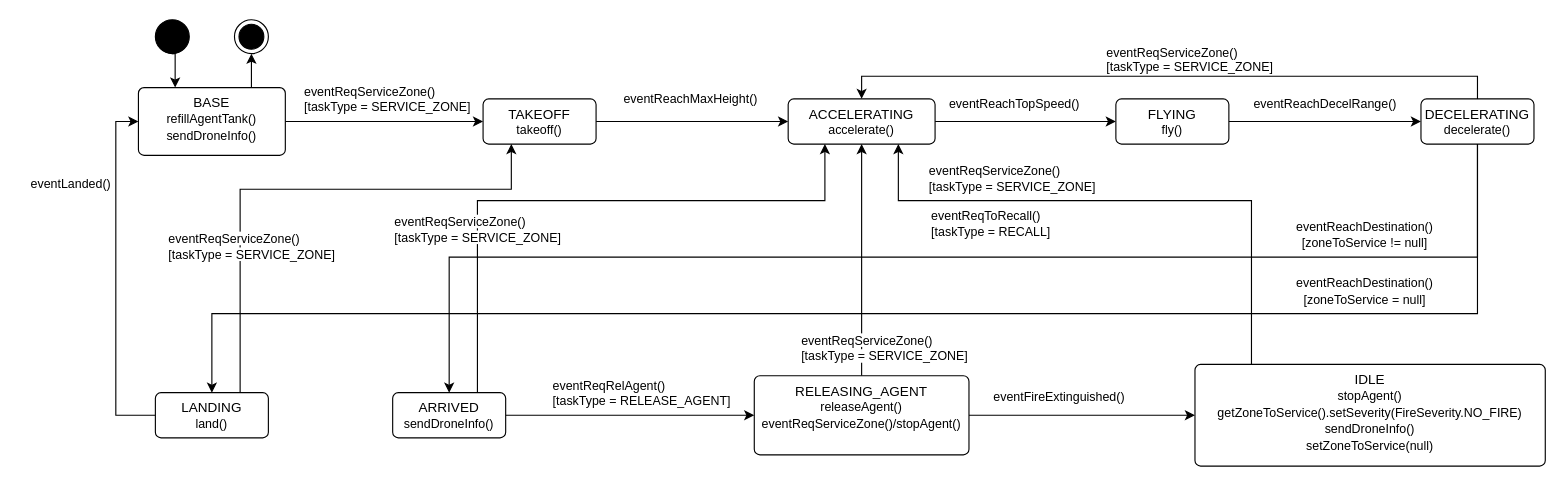
The draw.io diagram docs/UML_State_Diagram_Drone.drawio in hubertdang/fire-drone-swarm, before the edit. Source tidied: cells renumbered, new cells numbered last; positions are measured from the earlier drawing's top-left corner, leaving out a move shared by most shapes. Both pictures are drawn from the tidied source at 113%, with x=0, y=0 at pixel (19, 19).
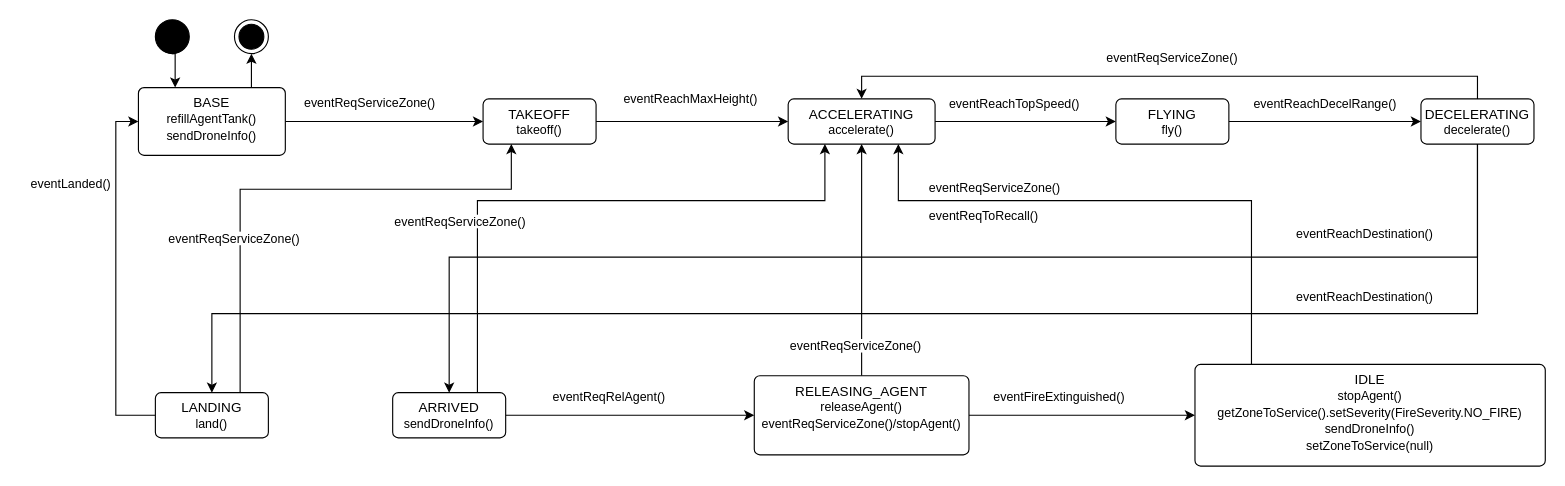
Above is the later version.

The edit, as a diff of the source:
```diff
@@
-    <mxCell id="28" value="&lt;span style=&quot;color: rgb(0, 0, 0); font-family: Helvetica; font-size: 11px; font-style: normal; font-variant-ligatures: normal; font-variant-caps: normal; font-weight: 400; letter-spacing: normal; orphans: 2; text-align: center; text-indent: 0px; text-transform: none; widows: 2; word-spacing: 0px; -webkit-text-stroke-width: 0px; white-space: nowrap; background-color: rgb(255, 255, 255); text-decoration-thickness: initial; text-decoration-style: initial; text-decoration-color: initial; display: inline !important; float: none;&quot;&gt;eventReqServiceZone()&amp;nbsp;&lt;/span&gt;&lt;div style=&quot;forced-color-adjust: none; color: rgb(0, 0, 0); font-family: Helvetica; font-size: 11px; font-style: normal; font-variant-ligatures: normal; font-variant-caps: normal; font-weight: 400; letter-spacing: normal; orphans: 2; text-align: center; text-indent: 0px; text-transform: none; widows: 2; word-spacing: 0px; -webkit-text-stroke-width: 0px; white-space: nowrap; text-decoration-thickness: initial; text-decoration-style: initial; text-decoration-color: initial;&quot;&gt;[taskType = SERVICE_ZONE]&lt;/div&gt;" style="text;whiteSpace=wrap;html=1;" parent="1" vertex="1">
-      <mxGeometry x="250" y="50" width="150" height="40" as="geometry" />
+    <mxCell id="28" value="&lt;span style=&quot;color: rgb(0, 0, 0); font-family: Helvetica; font-size: 11px; font-style: normal; font-variant-ligatures: normal; font-variant-caps: normal; font-weight: 400; letter-spacing: normal; orphans: 2; text-align: center; text-indent: 0px; text-transform: none; widows: 2; word-spacing: 0px; -webkit-text-stroke-width: 0px; white-space: nowrap; background-color: rgb(255, 255, 255); text-decoration-thickness: initial; text-decoration-style: initial; text-decoration-color: initial; float: none; display: inline !important;&quot;&gt;eventReqServiceZone()&amp;nbsp;&lt;/span&gt;" style="text;whiteSpace=wrap;html=1;" parent="1" vertex="1">
+      <mxGeometry x="250" y="60" width="150" height="30" as="geometry" />
     </mxCell>
@@
-    <mxCell id="32" value="&lt;font style=&quot;font-size: 11px;&quot;&gt;eventReachDestination()&lt;/font&gt;&lt;div&gt;&lt;font style=&quot;font-size: 11px;&quot;&gt;[zoneToService = null]&lt;/font&gt;&lt;/div&gt;" style="text;html=1;align=center;verticalAlign=middle;strokeColor=none;fillColor=none;" parent="1" vertex="1">
-      <mxGeometry x="1120" y="220" width="140" height="40" as="geometry" />
+    <mxCell id="32" value="&lt;font style=&quot;font-size: 11px;&quot;&gt;eventReachDestination()&lt;/font&gt;" style="text;html=1;align=center;verticalAlign=middle;strokeColor=none;fillColor=none;" parent="1" vertex="1">
+      <mxGeometry x="1120" y="230" width="140" height="30" as="geometry" />
     </mxCell>
@@
-    <mxCell id="35" value="&lt;font style=&quot;font-size: 11px;&quot;&gt;eventReachDestination()&lt;/font&gt;&lt;div&gt;&lt;font style=&quot;font-size: 11px;&quot;&gt;[zoneToService != null]&lt;/font&gt;&lt;/div&gt;" style="text;html=1;align=center;verticalAlign=middle;strokeColor=none;fillColor=none;" parent="1" vertex="1">
-      <mxGeometry x="1120" y="170" width="140" height="40" as="geometry" />
+    <mxCell id="35" value="&lt;font style=&quot;font-size: 11px;&quot;&gt;eventReachDestination()&lt;/font&gt;" style="text;html=1;align=center;verticalAlign=middle;strokeColor=none;fillColor=none;" parent="1" vertex="1">
+      <mxGeometry x="1120" y="175" width="140" height="30" as="geometry" />
     </mxCell>
-    <mxCell id="36" value="&lt;span style=&quot;color: rgb(0, 0, 0); font-family: Helvetica; font-size: 11px; font-style: normal; font-variant-ligatures: normal; font-variant-caps: normal; font-weight: 400; letter-spacing: normal; orphans: 2; text-align: center; text-indent: 0px; text-transform: none; widows: 2; word-spacing: 0px; -webkit-text-stroke-width: 0px; white-space: nowrap; background-color: rgb(255, 255, 255); text-decoration-thickness: initial; text-decoration-style: initial; text-decoration-color: initial; float: none; display: inline !important;&quot;&gt;eventReqRelAgent()&amp;nbsp;&lt;/span&gt;&lt;div style=&quot;forced-color-adjust: none; color: rgb(0, 0, 0); font-family: Helvetica; font-size: 11px; font-style: normal; font-variant-ligatures: normal; font-variant-caps: normal; font-weight: 400; letter-spacing: normal; orphans: 2; text-align: center; text-indent: 0px; text-transform: none; widows: 2; word-spacing: 0px; -webkit-text-stroke-width: 0px; white-space: nowrap; text-decoration-thickness: initial; text-decoration-style: initial; text-decoration-color: initial;&quot;&gt;[taskType = RELEASE_AGENT]&lt;/div&gt;" style="text;whiteSpace=wrap;html=1;" parent="1" vertex="1">
-      <mxGeometry x="470" y="310" width="150" height="40" as="geometry" />
+    <mxCell id="36" value="&lt;span style=&quot;color: rgb(0, 0, 0); font-family: Helvetica; font-size: 11px; font-style: normal; font-variant-ligatures: normal; font-variant-caps: normal; font-weight: 400; letter-spacing: normal; orphans: 2; text-align: center; text-indent: 0px; text-transform: none; widows: 2; word-spacing: 0px; -webkit-text-stroke-width: 0px; white-space: nowrap; background-color: rgb(255, 255, 255); text-decoration-thickness: initial; text-decoration-style: initial; text-decoration-color: initial; float: none; display: inline !important;&quot;&gt;eventReqRelAgent()&amp;nbsp;&lt;/span&gt;" style="text;whiteSpace=wrap;html=1;" parent="1" vertex="1">
+      <mxGeometry x="470" y="320" width="150" height="25" as="geometry" />
     </mxCell>
@@
-    <mxCell id="38" value="&lt;span style=&quot;color: rgb(0, 0, 0); font-family: Helvetica; font-size: 11px; font-style: normal; font-variant-ligatures: normal; font-variant-caps: normal; font-weight: 400; letter-spacing: normal; orphans: 2; text-align: center; text-indent: 0px; text-transform: none; widows: 2; word-spacing: 0px; -webkit-text-stroke-width: 0px; white-space: nowrap; background-color: rgb(255, 255, 255); text-decoration-thickness: initial; text-decoration-style: initial; text-decoration-color: initial; float: none; display: inline !important;&quot;&gt;eventReqServiceZone()&amp;nbsp;&lt;/span&gt;&lt;div&gt;&lt;span style=&quot;color: rgb(0, 0, 0); font-family: Helvetica; font-size: 11px; font-style: normal; font-variant-ligatures: normal; font-variant-caps: normal; font-weight: 400; letter-spacing: normal; orphans: 2; text-align: center; text-indent: 0px; text-transform: none; widows: 2; word-spacing: 0px; -webkit-text-stroke-width: 0px; white-space: nowrap; background-color: rgb(255, 255, 255); text-decoration-thickness: initial; text-decoration-style: initial; text-decoration-color: initial; float: none; display: inline !important;&quot;&gt;[taskType = SERVICE_ZONE]&lt;/span&gt;&lt;/div&gt;" style="text;whiteSpace=wrap;html=1;" parent="1" vertex="1">
-      <mxGeometry x="690" y="270" width="180" height="40" as="geometry" />
+    <mxCell id="38" value="&lt;span style=&quot;color: rgb(0, 0, 0); font-family: Helvetica; font-size: 11px; font-style: normal; font-variant-ligatures: normal; font-variant-caps: normal; font-weight: 400; letter-spacing: normal; orphans: 2; text-align: center; text-indent: 0px; text-transform: none; widows: 2; word-spacing: 0px; -webkit-text-stroke-width: 0px; white-space: nowrap; background-color: rgb(255, 255, 255); text-decoration-thickness: initial; text-decoration-style: initial; text-decoration-color: initial; float: none; display: inline !important;&quot;&gt;eventReqServiceZone()&amp;nbsp;&lt;/span&gt;" style="text;whiteSpace=wrap;html=1;" parent="1" vertex="1">
+      <mxGeometry x="680" y="275" width="180" height="30" as="geometry" />
     </mxCell>
-    <mxCell id="39" value="&lt;span style=&quot;color: rgb(0, 0, 0); font-family: Helvetica; font-size: 11px; font-style: normal; font-variant-ligatures: normal; font-variant-caps: normal; font-weight: 400; letter-spacing: normal; orphans: 2; text-align: center; text-indent: 0px; text-transform: none; widows: 2; word-spacing: 0px; -webkit-text-stroke-width: 0px; white-space: nowrap; background-color: rgb(255, 255, 255); text-decoration-thickness: initial; text-decoration-style: initial; text-decoration-color: initial; float: none; display: inline !important;&quot;&gt;eventReqServiceZone()&amp;nbsp;&lt;/span&gt;&lt;div&gt;&lt;span style=&quot;color: rgb(0, 0, 0); font-family: Helvetica; font-size: 11px; font-style: normal; font-variant-ligatures: normal; font-variant-caps: normal; font-weight: 400; letter-spacing: normal; orphans: 2; text-align: center; text-indent: 0px; text-transform: none; widows: 2; word-spacing: 0px; -webkit-text-stroke-width: 0px; white-space: nowrap; background-color: rgb(255, 255, 255); text-decoration-thickness: initial; text-decoration-style: initial; text-decoration-color: initial; float: none; display: inline !important;&quot;&gt;[taskType = SERVICE_ZONE]&lt;/span&gt;&lt;/div&gt;" style="text;whiteSpace=wrap;html=1;" parent="1" vertex="1">
-      <mxGeometry x="802.5" y="120" width="265" height="40" as="geometry" />
+    <mxCell id="39" value="&lt;span style=&quot;color: rgb(0, 0, 0); font-family: Helvetica; font-size: 11px; font-style: normal; font-variant-ligatures: normal; font-variant-caps: normal; font-weight: 400; letter-spacing: normal; orphans: 2; text-align: center; text-indent: 0px; text-transform: none; widows: 2; word-spacing: 0px; -webkit-text-stroke-width: 0px; white-space: nowrap; background-color: rgb(255, 255, 255); text-decoration-thickness: initial; text-decoration-style: initial; text-decoration-color: initial; float: none; display: inline !important;&quot;&gt;eventReqServiceZone()&amp;nbsp;&lt;/span&gt;" style="text;whiteSpace=wrap;html=1;" parent="1" vertex="1">
+      <mxGeometry x="802.5" y="135" width="137.5" height="20" as="geometry" />
     </mxCell>
-    <mxCell id="40" value="&lt;span style=&quot;color: rgb(0, 0, 0); font-family: Helvetica; font-size: 11px; font-style: normal; font-variant-ligatures: normal; font-variant-caps: normal; font-weight: 400; letter-spacing: normal; orphans: 2; text-align: center; text-indent: 0px; text-transform: none; widows: 2; word-spacing: 0px; -webkit-text-stroke-width: 0px; white-space: nowrap; background-color: rgb(255, 255, 255); text-decoration-thickness: initial; text-decoration-style: initial; text-decoration-color: initial; float: none; display: inline !important;&quot;&gt;eventReqServiceZone()&amp;nbsp;&lt;/span&gt;&lt;div&gt;&lt;span style=&quot;color: rgb(0, 0, 0); font-family: Helvetica; font-size: 11px; font-style: normal; font-variant-ligatures: normal; font-variant-caps: normal; font-weight: 400; letter-spacing: normal; orphans: 2; text-align: center; text-indent: 0px; text-transform: none; widows: 2; word-spacing: 0px; -webkit-text-stroke-width: 0px; white-space: nowrap; background-color: rgb(255, 255, 255); text-decoration-thickness: initial; text-decoration-style: initial; text-decoration-color: initial; float: none; display: inline !important;&quot;&gt;[taskType = SERVICE_ZONE]&lt;/span&gt;&lt;/div&gt;" style="text;whiteSpace=wrap;html=1;" parent="1" vertex="1">
-      <mxGeometry x="330" y="165" width="180" height="40" as="geometry" />
+    <mxCell id="40" value="&lt;span style=&quot;color: rgb(0, 0, 0); font-family: Helvetica; font-size: 11px; font-style: normal; font-variant-ligatures: normal; font-variant-caps: normal; font-weight: 400; letter-spacing: normal; orphans: 2; text-align: center; text-indent: 0px; text-transform: none; widows: 2; word-spacing: 0px; -webkit-text-stroke-width: 0px; white-space: nowrap; background-color: rgb(255, 255, 255); text-decoration-thickness: initial; text-decoration-style: initial; text-decoration-color: initial; float: none; display: inline !important;&quot;&gt;eventReqServiceZone()&amp;nbsp;&lt;/span&gt;" style="text;whiteSpace=wrap;html=1;" parent="1" vertex="1">
+      <mxGeometry x="330" y="165" width="180" height="25" as="geometry" />
     </mxCell>
-    <mxCell id="41" value="&lt;span style=&quot;color: rgb(0, 0, 0); font-family: Helvetica; font-size: 11px; font-style: normal; font-variant-ligatures: normal; font-variant-caps: normal; font-weight: 400; letter-spacing: normal; orphans: 2; text-align: center; text-indent: 0px; text-transform: none; widows: 2; word-spacing: 0px; -webkit-text-stroke-width: 0px; white-space: nowrap; background-color: rgb(255, 255, 255); text-decoration-thickness: initial; text-decoration-style: initial; text-decoration-color: initial; float: none; display: inline !important;&quot;&gt;eventReqServiceZone()&amp;nbsp;&lt;/span&gt;&lt;div&gt;&lt;span style=&quot;color: rgb(0, 0, 0); font-family: Helvetica; font-size: 11px; font-style: normal; font-variant-ligatures: normal; font-variant-caps: normal; font-weight: 400; letter-spacing: normal; orphans: 2; text-align: center; text-indent: 0px; text-transform: none; widows: 2; word-spacing: 0px; -webkit-text-stroke-width: 0px; white-space: nowrap; background-color: rgb(255, 255, 255); text-decoration-thickness: initial; text-decoration-style: initial; text-decoration-color: initial; float: none; display: inline !important;&quot;&gt;[taskType = SERVICE_ZONE]&lt;/span&gt;&lt;/div&gt;" style="text;whiteSpace=wrap;html=1;" parent="1" vertex="1">
-      <mxGeometry x="130" y="180" width="180" height="40" as="geometry" />
+    <mxCell id="41" value="&lt;span style=&quot;color: rgb(0, 0, 0); font-family: Helvetica; font-size: 11px; font-style: normal; font-variant-ligatures: normal; font-variant-caps: normal; font-weight: 400; letter-spacing: normal; orphans: 2; text-align: center; text-indent: 0px; text-transform: none; widows: 2; word-spacing: 0px; -webkit-text-stroke-width: 0px; white-space: nowrap; background-color: rgb(255, 255, 255); text-decoration-thickness: initial; text-decoration-style: initial; text-decoration-color: initial; float: none; display: inline !important;&quot;&gt;eventReqServiceZone()&amp;nbsp;&lt;/span&gt;" style="text;whiteSpace=wrap;html=1;" parent="1" vertex="1">
+      <mxGeometry x="130" y="180" width="180" height="30" as="geometry" />
     </mxCell>
-    <mxCell id="42" value="&lt;span style=&quot;color: rgb(0, 0, 0); font-family: Helvetica; font-size: 11px; font-style: normal; font-variant-ligatures: normal; font-variant-caps: normal; font-weight: 400; letter-spacing: normal; orphans: 2; text-align: center; text-indent: 0px; text-transform: none; widows: 2; word-spacing: 0px; -webkit-text-stroke-width: 0px; white-space: nowrap; background-color: rgb(255, 255, 255); text-decoration-thickness: initial; text-decoration-style: initial; text-decoration-color: initial; display: inline !important; float: none;&quot;&gt;eventReqServiceZone()&amp;nbsp;&lt;/span&gt;&lt;div style=&quot;forced-color-adjust: none; color: rgb(0, 0, 0); font-family: Helvetica; font-size: 11px; font-style: normal; font-variant-ligatures: normal; font-variant-caps: normal; font-weight: 400; letter-spacing: normal; orphans: 2; text-align: center; text-indent: 0px; text-transform: none; widows: 2; word-spacing: 0px; -webkit-text-stroke-width: 0px; white-space: nowrap; text-decoration-thickness: initial; text-decoration-style: initial; text-decoration-color: initial;&quot;&gt;[taskType = SERVICE_ZONE]&lt;/div&gt;" style="text;whiteSpace=wrap;html=1;" parent="1" vertex="1">
-      <mxGeometry x="960" y="15" width="150" height="40" as="geometry" />
+    <mxCell id="42" value="&lt;span style=&quot;color: rgb(0, 0, 0); font-family: Helvetica; font-size: 11px; font-style: normal; font-variant-ligatures: normal; font-variant-caps: normal; font-weight: 400; letter-spacing: normal; orphans: 2; text-align: center; text-indent: 0px; text-transform: none; widows: 2; word-spacing: 0px; -webkit-text-stroke-width: 0px; white-space: nowrap; background-color: rgb(255, 255, 255); text-decoration-thickness: initial; text-decoration-style: initial; text-decoration-color: initial; float: none; display: inline !important;&quot;&gt;eventReqServiceZone()&amp;nbsp;&lt;/span&gt;" style="text;whiteSpace=wrap;html=1;" parent="1" vertex="1">
+      <mxGeometry x="960" y="20" width="150" height="30" as="geometry" />
     </mxCell>
-    <mxCell id="43" value="&lt;div&gt;&lt;span style=&quot;color: rgb(0, 0, 0); font-family: Helvetica; font-size: 11px; font-style: normal; font-variant-ligatures: normal; font-variant-caps: normal; font-weight: 400; letter-spacing: normal; orphans: 2; text-align: center; text-indent: 0px; text-transform: none; widows: 2; word-spacing: 0px; -webkit-text-stroke-width: 0px; white-space: nowrap; background-color: rgb(255, 255, 255); text-decoration-thickness: initial; text-decoration-style: initial; text-decoration-color: initial; float: none; display: inline !important;&quot;&gt;eventReqToRecall()&lt;/span&gt;&lt;/div&gt;&lt;div&gt;&lt;span style=&quot;color: rgb(0, 0, 0); font-family: Helvetica; font-size: 11px; font-style: normal; font-variant-ligatures: normal; font-variant-caps: normal; font-weight: 400; letter-spacing: normal; orphans: 2; text-align: center; text-indent: 0px; text-transform: none; widows: 2; word-spacing: 0px; -webkit-text-stroke-width: 0px; white-space: nowrap; background-color: rgb(255, 255, 255); text-decoration-thickness: initial; text-decoration-style: initial; text-decoration-color: initial; float: none; display: inline !important;&quot;&gt;[taskType = RECALL]&lt;/span&gt;&lt;/div&gt;" style="text;whiteSpace=wrap;html=1;" parent="1" vertex="1">
-      <mxGeometry x="805" y="160" width="265" height="40" as="geometry" />
+    <mxCell id="43" value="&lt;div&gt;&lt;span style=&quot;color: rgb(0, 0, 0); font-family: Helvetica; font-size: 11px; font-style: normal; font-variant-ligatures: normal; font-variant-caps: normal; font-weight: 400; letter-spacing: normal; orphans: 2; text-align: center; text-indent: 0px; text-transform: none; widows: 2; word-spacing: 0px; -webkit-text-stroke-width: 0px; white-space: nowrap; background-color: rgb(255, 255, 255); text-decoration-thickness: initial; text-decoration-style: initial; text-decoration-color: initial; float: none; display: inline !important;&quot;&gt;eventReqToRecall()&lt;/span&gt;&lt;/div&gt;" style="text;whiteSpace=wrap;html=1;" parent="1" vertex="1">
+      <mxGeometry x="802.5" y="160" width="265" height="20" as="geometry" />
     </mxCell>
```
